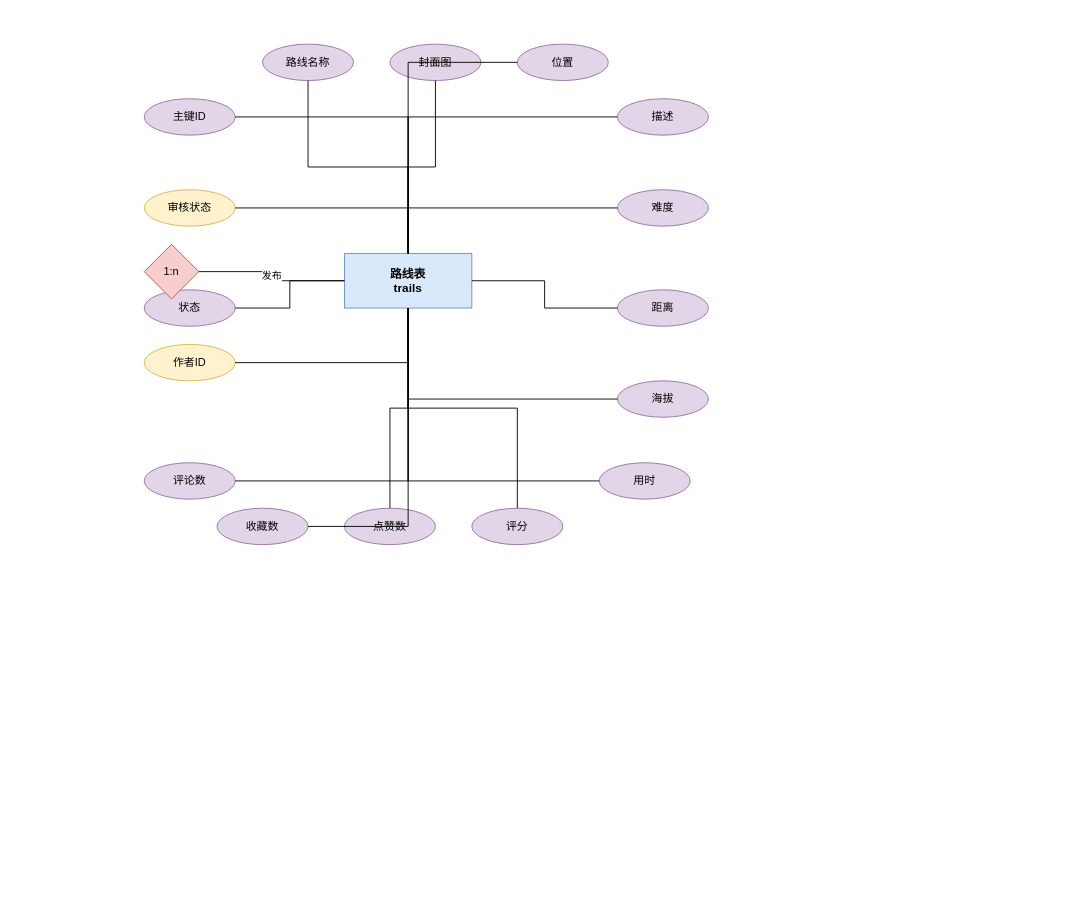
Before: DOCS/architecture-diagrams/sources/路线表.drawio in 612cs/TrailQuest, a draw.io diagram. Source tidied: cells renumbered, new cells numbered last; positions are measured from the earlier drawing's top-left corner, leaving out a move shared by most shapes. Both pictures are drawn from the tidied source at 91%, with x=0, y=0 at pixel (144, 44).
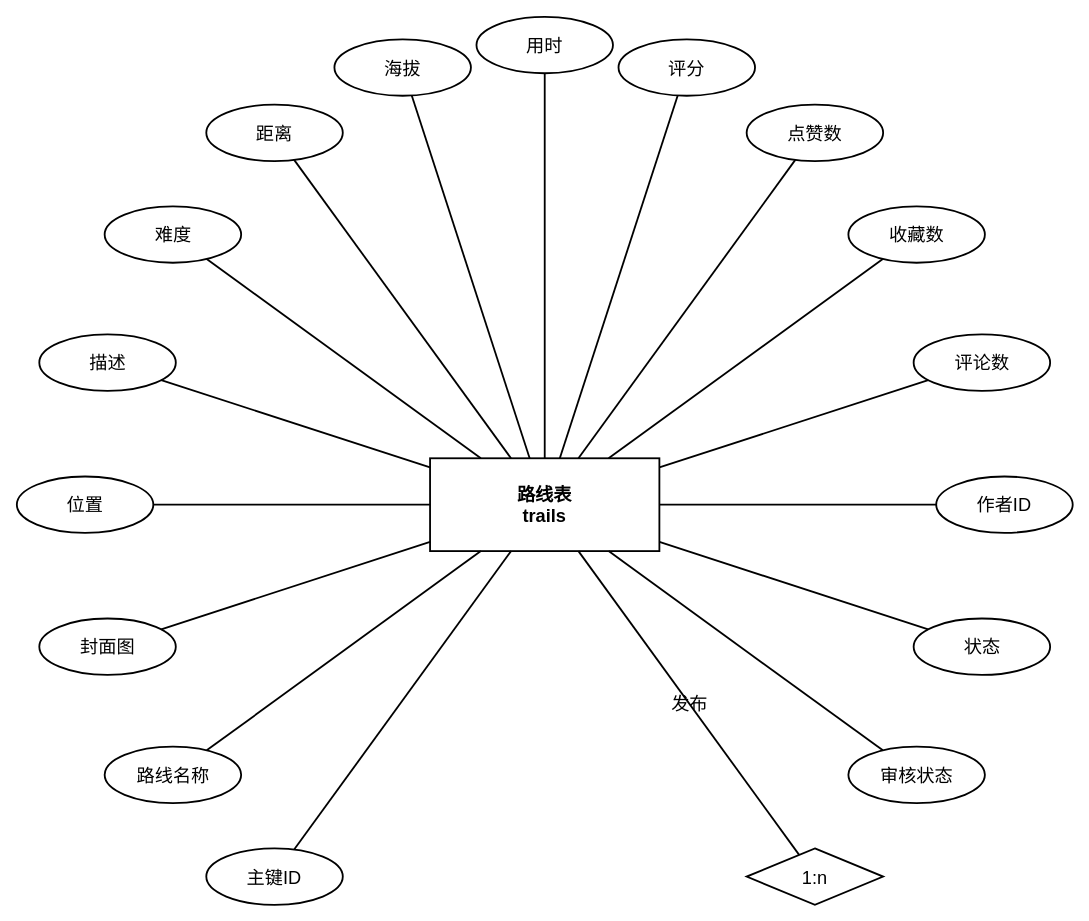
The same page after the edit.

What changed in the source:
```diff
@@
-    <mxCell id="2" value="路线表&#10;trails" style="rounded=0;whiteSpace=wrap;html=1;fillColor=#dae8fc;strokeColor=#6c8ebf;fontSize=13;fontStyle=1;" parent="1" vertex="1">
-      <mxGeometry x="220" y="230" width="140" height="60" as="geometry" />
+    <mxCell id="2" value="路线表&#10;trails" style="rounded=0;whiteSpace=wrap;html=1;fillColor=none;strokeColor=#000000;fontSize=20;fontStyle=1;gradientColor=none;fontColor=#000000;strokeWidth=2;shadow=0;glass=0;" parent="1" vertex="1">
+      <mxGeometry x="314.1" y="455.1" width="252" height="102" as="geometry" />
     </mxCell>
-    <mxCell id="3" value="主键ID" style="ellipse;whiteSpace=wrap;html=1;fillColor=#e1d5e7;strokeColor=#9673a6;" parent="1" vertex="1">
-      <mxGeometry y="60" width="100" height="40" as="geometry" />
+    <mxCell id="3" value="主键ID" style="ellipse;whiteSpace=wrap;html=1;fillColor=none;strokeColor=#000000;gradientColor=none;fontColor=#000000;fontSize=20;strokeWidth=2;shadow=0;glass=0;" parent="1" vertex="1">
+      <mxGeometry x="68.2" y="883.8" width="150" height="62" as="geometry" />
     </mxCell>
-    <mxCell id="4" style="edgeStyle=orthogonalEdgeStyle;rounded=0;jettySize=auto;html=1;endArrow=none;endFill=0;" parent="1" edge="1" source="3" target="2">
+    <mxCell id="4" style="rounded=0;html=1;endArrow=none;endFill=0;strokeColor=#000000;strokeWidth=2;" parent="1" edge="1" source="3" target="2">
       <mxGeometry relative="1" as="geometry" />
     </mxCell>
-    <mxCell id="5" value="路线名称" style="ellipse;whiteSpace=wrap;html=1;fillColor=#e1d5e7;strokeColor=#9673a6;" parent="1" vertex="1">
-      <mxGeometry x="130" width="100" height="40" as="geometry" />
+    <mxCell id="5" value="路线名称" style="ellipse;whiteSpace=wrap;html=1;fillColor=none;strokeColor=#000000;gradientColor=none;fontColor=#000000;fontSize=20;strokeWidth=2;shadow=0;glass=0;" parent="1" vertex="1">
+      <mxGeometry x="-43.5" y="772" width="150" height="62" as="geometry" />
     </mxCell>
-    <mxCell id="6" style="edgeStyle=orthogonalEdgeStyle;rounded=0;jettySize=auto;html=1;endArrow=none;endFill=0;" parent="1" edge="1" source="5" target="2">
+    <mxCell id="6" style="rounded=0;html=1;endArrow=none;endFill=0;strokeColor=#000000;strokeWidth=2;" parent="1" edge="1" source="5" target="2">
       <mxGeometry relative="1" as="geometry" />
     </mxCell>
-    <mxCell id="7" value="封面图" style="ellipse;whiteSpace=wrap;html=1;fillColor=#e1d5e7;strokeColor=#9673a6;" parent="1" vertex="1">
-      <mxGeometry x="270" width="100" height="40" as="geometry" />
+    <mxCell id="7" value="封面图" style="ellipse;whiteSpace=wrap;html=1;fillColor=none;strokeColor=#000000;gradientColor=none;fontColor=#000000;fontSize=20;strokeWidth=2;shadow=0;glass=0;" parent="1" vertex="1">
+      <mxGeometry x="-115.3" y="631.2" width="150" height="62" as="geometry" />
     </mxCell>
-    <mxCell id="8" style="edgeStyle=orthogonalEdgeStyle;rounded=0;jettySize=auto;html=1;endArrow=none;endFill=0;" parent="1" edge="1" source="7" target="2">
+    <mxCell id="8" style="rounded=0;html=1;endArrow=none;endFill=0;strokeColor=#000000;strokeWidth=2;" parent="1" edge="1" source="7" target="2">
       <mxGeometry relative="1" as="geometry" />
     </mxCell>
-    <mxCell id="9" value="位置" style="ellipse;whiteSpace=wrap;html=1;fillColor=#e1d5e7;strokeColor=#9673a6;" parent="1" vertex="1">
-      <mxGeometry x="410" width="100" height="40" as="geometry" />
+    <mxCell id="9" value="位置" style="ellipse;whiteSpace=wrap;html=1;fillColor=none;strokeColor=#000000;gradientColor=none;fontColor=#000000;fontSize=20;strokeWidth=2;shadow=0;glass=0;" parent="1" vertex="1">
+      <mxGeometry x="-140" y="475.1" width="150" height="62" as="geometry" />
     </mxCell>
-    <mxCell id="10" style="edgeStyle=orthogonalEdgeStyle;rounded=0;jettySize=auto;html=1;endArrow=none;endFill=0;" parent="1" edge="1" source="9" target="2">
+    <mxCell id="10" style="rounded=0;html=1;endArrow=none;endFill=0;strokeColor=#000000;strokeWidth=2;" parent="1" edge="1" source="9" target="2">
       <mxGeometry relative="1" as="geometry" />
     </mxCell>
-    <mxCell id="11" value="描述" style="ellipse;whiteSpace=wrap;html=1;fillColor=#e1d5e7;strokeColor=#9673a6;" parent="1" vertex="1">
-      <mxGeometry x="520" y="60" width="100" height="40" as="geometry" />
+    <mxCell id="11" value="描述" style="ellipse;whiteSpace=wrap;html=1;fillColor=none;strokeColor=#000000;gradientColor=none;fontColor=#000000;fontSize=20;strokeWidth=2;shadow=0;glass=0;" parent="1" vertex="1">
+      <mxGeometry x="-115.3" y="319" width="150" height="62" as="geometry" />
     </mxCell>
-    <mxCell id="12" style="edgeStyle=orthogonalEdgeStyle;rounded=0;jettySize=auto;html=1;endArrow=none;endFill=0;" parent="1" edge="1" source="11" target="2">
+    <mxCell id="12" style="rounded=0;html=1;endArrow=none;endFill=0;strokeColor=#000000;strokeWidth=2;" parent="1" edge="1" source="11" target="2">
       <mxGeometry relative="1" as="geometry" />
     </mxCell>
-    <mxCell id="13" value="难度" style="ellipse;whiteSpace=wrap;html=1;fillColor=#e1d5e7;strokeColor=#9673a6;" parent="1" vertex="1">
-      <mxGeometry x="520" y="160" width="100" height="40" as="geometry" />
+    <mxCell id="13" value="难度" style="ellipse;whiteSpace=wrap;html=1;fillColor=none;strokeColor=#000000;gradientColor=none;fontColor=#000000;fontSize=20;strokeWidth=2;shadow=0;glass=0;" parent="1" vertex="1">
+      <mxGeometry x="-43.5" y="178.2" width="150" height="62" as="geometry" />
     </mxCell>
-    <mxCell id="14" style="edgeStyle=orthogonalEdgeStyle;rounded=0;jettySize=auto;html=1;endArrow=none;endFill=0;" parent="1" edge="1" source="13" target="2">
+    <mxCell id="14" style="rounded=0;html=1;endArrow=none;endFill=0;strokeColor=#000000;strokeWidth=2;" parent="1" edge="1" source="13" target="2">
       <mxGeometry relative="1" as="geometry" />
     </mxCell>
-    <mxCell id="15" value="距离" style="ellipse;whiteSpace=wrap;html=1;fillColor=#e1d5e7;strokeColor=#9673a6;" parent="1" vertex="1">
-      <mxGeometry x="520" y="270" width="100" height="40" as="geometry" />
+    <mxCell id="15" value="距离" style="ellipse;whiteSpace=wrap;html=1;fillColor=none;strokeColor=#000000;gradientColor=none;fontColor=#000000;fontSize=20;strokeWidth=2;shadow=0;glass=0;" parent="1" vertex="1">
+      <mxGeometry x="68.2" y="66.5" width="150" height="62" as="geometry" />
     </mxCell>
-    <mxCell id="16" style="edgeStyle=orthogonalEdgeStyle;rounded=0;jettySize=auto;html=1;endArrow=none;endFill=0;" parent="1" edge="1" source="15" target="2">
+    <mxCell id="16" style="rounded=0;html=1;endArrow=none;endFill=0;strokeColor=#000000;strokeWidth=2;" parent="1" edge="1" source="15" target="2">
       <mxGeometry relative="1" as="geometry" />
     </mxCell>
-    <mxCell id="17" value="海拔" style="ellipse;whiteSpace=wrap;html=1;fillColor=#e1d5e7;strokeColor=#9673a6;" parent="1" vertex="1">
-      <mxGeometry x="520" y="370" width="100" height="40" as="geometry" />
+    <mxCell id="17" value="海拔" style="ellipse;whiteSpace=wrap;html=1;fillColor=none;strokeColor=#000000;gradientColor=none;fontColor=#000000;fontSize=20;strokeWidth=2;shadow=0;glass=0;" parent="1" vertex="1">
+      <mxGeometry x="209" y="-5.3" width="150" height="62" as="geometry" />
     </mxCell>
-    <mxCell id="18" style="edgeStyle=orthogonalEdgeStyle;rounded=0;jettySize=auto;html=1;endArrow=none;endFill=0;" parent="1" edge="1" source="17" target="2">
+    <mxCell id="18" style="rounded=0;html=1;endArrow=none;endFill=0;strokeColor=#000000;strokeWidth=2;" parent="1" edge="1" source="17" target="2">
       <mxGeometry relative="1" as="geometry" />
     </mxCell>
-    <mxCell id="19" value="用时" style="ellipse;whiteSpace=wrap;html=1;fillColor=#e1d5e7;strokeColor=#9673a6;" parent="1" vertex="1">
-      <mxGeometry x="500" y="460" width="100" height="40" as="geometry" />
+    <mxCell id="19" value="用时" style="ellipse;whiteSpace=wrap;html=1;fillColor=none;strokeColor=#000000;gradientColor=none;fontColor=#000000;fontSize=20;strokeWidth=2;shadow=0;glass=0;" parent="1" vertex="1">
+      <mxGeometry x="365.1" y="-30" width="150" height="62" as="geometry" />
     </mxCell>
-    <mxCell id="20" style="edgeStyle=orthogonalEdgeStyle;rounded=0;jettySize=auto;html=1;endArrow=none;endFill=0;" parent="1" edge="1" source="19" target="2">
+    <mxCell id="20" style="rounded=0;html=1;endArrow=none;endFill=0;strokeColor=#000000;strokeWidth=2;" parent="1" edge="1" source="19" target="2">
       <mxGeometry relative="1" as="geometry" />
     </mxCell>
-    <mxCell id="21" value="评分" style="ellipse;whiteSpace=wrap;html=1;fillColor=#e1d5e7;strokeColor=#9673a6;" parent="1" vertex="1">
-      <mxGeometry x="360" y="510" width="100" height="40" as="geometry" />
+    <mxCell id="21" value="评分" style="ellipse;whiteSpace=wrap;html=1;fillColor=none;strokeColor=#000000;gradientColor=none;fontColor=#000000;fontSize=20;strokeWidth=2;shadow=0;glass=0;" parent="1" vertex="1">
+      <mxGeometry x="521.2" y="-5.3" width="150" height="62" as="geometry" />
     </mxCell>
-    <mxCell id="22" style="edgeStyle=orthogonalEdgeStyle;rounded=0;jettySize=auto;html=1;endArrow=none;endFill=0;" parent="1" edge="1" source="21" target="2">
+    <mxCell id="22" style="rounded=0;html=1;endArrow=none;endFill=0;strokeColor=#000000;strokeWidth=2;" parent="1" edge="1" source="21" target="2">
       <mxGeometry relative="1" as="geometry" />
     </mxCell>
-    <mxCell id="23" value="点赞数" style="ellipse;whiteSpace=wrap;html=1;fillColor=#e1d5e7;strokeColor=#9673a6;" parent="1" vertex="1">
-      <mxGeometry x="220" y="510" width="100" height="40" as="geometry" />
+    <mxCell id="23" value="点赞数" style="ellipse;whiteSpace=wrap;html=1;fillColor=none;strokeColor=#000000;gradientColor=none;fontColor=#000000;fontSize=20;strokeWidth=2;shadow=0;glass=0;" parent="1" vertex="1">
+      <mxGeometry x="662" y="66.5" width="150" height="62" as="geometry" />
     </mxCell>
-    <mxCell id="24" style="edgeStyle=orthogonalEdgeStyle;rounded=0;jettySize=auto;html=1;endArrow=none;endFill=0;" parent="1" edge="1" source="23" target="2">
+    <mxCell id="24" style="rounded=0;html=1;endArrow=none;endFill=0;strokeColor=#000000;strokeWidth=2;" parent="1" edge="1" source="23" target="2">
       <mxGeometry relative="1" as="geometry" />
     </mxCell>
-    <mxCell id="25" value="收藏数" style="ellipse;whiteSpace=wrap;html=1;fillColor=#e1d5e7;strokeColor=#9673a6;" parent="1" vertex="1">
-      <mxGeometry x="80" y="510" width="100" height="40" as="geometry" />
+    <mxCell id="25" value="收藏数" style="ellipse;whiteSpace=wrap;html=1;fillColor=none;strokeColor=#000000;gradientColor=none;fontColor=#000000;fontSize=20;strokeWidth=2;shadow=0;glass=0;" parent="1" vertex="1">
+      <mxGeometry x="773.8" y="178.2" width="150" height="62" as="geometry" />
     </mxCell>
-    <mxCell id="26" style="edgeStyle=orthogonalEdgeStyle;rounded=0;jettySize=auto;html=1;endArrow=none;endFill=0;" parent="1" edge="1" source="25" target="2">
+    <mxCell id="26" style="rounded=0;html=1;endArrow=none;endFill=0;strokeColor=#000000;strokeWidth=2;" parent="1" edge="1" source="25" target="2">
       <mxGeometry relative="1" as="geometry" />
     </mxCell>
-    <mxCell id="27" value="评论数" style="ellipse;whiteSpace=wrap;html=1;fillColor=#e1d5e7;strokeColor=#9673a6;" parent="1" vertex="1">
-      <mxGeometry y="460" width="100" height="40" as="geometry" />
+    <mxCell id="27" value="评论数" style="ellipse;whiteSpace=wrap;html=1;fillColor=none;strokeColor=#000000;gradientColor=none;fontColor=#000000;fontSize=20;strokeWidth=2;shadow=0;glass=0;" parent="1" vertex="1">
+      <mxGeometry x="845.5" y="319" width="150" height="62" as="geometry" />
     </mxCell>
-    <mxCell id="28" style="edgeStyle=orthogonalEdgeStyle;rounded=0;jettySize=auto;html=1;endArrow=none;endFill=0;" parent="1" edge="1" source="27" target="2">
+    <mxCell id="28" style="rounded=0;html=1;endArrow=none;endFill=0;strokeColor=#000000;strokeWidth=2;" parent="1" edge="1" source="27" target="2">
       <mxGeometry relative="1" as="geometry" />
     </mxCell>
-    <mxCell id="29" value="作者ID" style="ellipse;whiteSpace=wrap;html=1;fillColor=#fff2cc;strokeColor=#d6b656;" parent="1" vertex="1">
-      <mxGeometry y="330" width="100" height="40" as="geometry" />
+    <mxCell id="29" value="作者ID" style="ellipse;whiteSpace=wrap;html=1;fillColor=none;strokeColor=#000000;gradientColor=none;fontColor=#000000;fontSize=20;strokeWidth=2;shadow=0;glass=0;" parent="1" vertex="1">
+      <mxGeometry x="870.3" y="475.1" width="150" height="62" as="geometry" />
     </mxCell>
-    <mxCell id="30" style="edgeStyle=orthogonalEdgeStyle;rounded=0;jettySize=auto;html=1;endArrow=none;endFill=0;" parent="1" edge="1" source="29" target="2">
+    <mxCell id="30" style="rounded=0;html=1;endArrow=none;endFill=0;strokeColor=#000000;strokeWidth=2;" parent="1" edge="1" source="29" target="2">
       <mxGeometry relative="1" as="geometry" />
     </mxCell>
-    <mxCell id="31" value="状态" style="ellipse;whiteSpace=wrap;html=1;fillColor=#e1d5e7;strokeColor=#9673a6;" parent="1" vertex="1">
-      <mxGeometry y="270" width="100" height="40" as="geometry" />
+    <mxCell id="31" value="状态" style="ellipse;whiteSpace=wrap;html=1;fillColor=none;strokeColor=#000000;gradientColor=none;fontColor=#000000;fontSize=20;strokeWidth=2;shadow=0;glass=0;" parent="1" vertex="1">
+      <mxGeometry x="845.5" y="631.2" width="150" height="62" as="geometry" />
     </mxCell>
-    <mxCell id="32" style="edgeStyle=orthogonalEdgeStyle;rounded=0;jettySize=auto;html=1;endArrow=none;endFill=0;" parent="1" edge="1" source="31" target="2">
+    <mxCell id="32" style="rounded=0;html=1;endArrow=none;endFill=0;strokeColor=#000000;strokeWidth=2;" parent="1" edge="1" source="31" target="2">
       <mxGeometry relative="1" as="geometry" />
     </mxCell>
-    <mxCell id="33" value="审核状态" style="ellipse;whiteSpace=wrap;html=1;fillColor=#fff2cc;strokeColor=#d6b656;" parent="1" vertex="1">
-      <mxGeometry y="160" width="100" height="40" as="geometry" />
+    <mxCell id="33" value="审核状态" style="ellipse;whiteSpace=wrap;html=1;fillColor=none;strokeColor=#000000;gradientColor=none;fontColor=#000000;fontSize=20;strokeWidth=2;shadow=0;glass=0;" parent="1" vertex="1">
+      <mxGeometry x="773.8" y="772" width="150" height="62" as="geometry" />
     </mxCell>
-    <mxCell id="34" style="edgeStyle=orthogonalEdgeStyle;rounded=0;jettySize=auto;html=1;endArrow=none;endFill=0;" parent="1" edge="1" source="33" target="2">
+    <mxCell id="34" style="rounded=0;html=1;endArrow=none;endFill=0;strokeColor=#000000;strokeWidth=2;" parent="1" edge="1" source="33" target="2">
       <mxGeometry relative="1" as="geometry" />
     </mxCell>
-    <mxCell id="35" value="1:n" style="rhombus;whiteSpace=wrap;html=1;fillColor=#f8cecc;strokeColor=#b85450;fontSize=12;" parent="1" vertex="1">
-      <mxGeometry y="220" width="60" height="60" as="geometry" />
+    <mxCell id="35" value="1:n" style="rhombus;whiteSpace=wrap;html=1;fillColor=none;strokeColor=#000000;fontSize=20;gradientColor=none;fontColor=#000000;strokeWidth=2;shadow=0;glass=0;" parent="1" vertex="1">
+      <mxGeometry x="662" y="883.8" width="150" height="62" as="geometry" />
     </mxCell>
-    <mxCell id="36" value="发布" style="edgeStyle=orthogonalEdgeStyle;rounded=0;jettySize=auto;html=1;endArrow=none;endFill=0;fontSize=11;" parent="1" edge="1" source="35" target="2">
+    <mxCell id="36" value="发布" style="rounded=0;html=1;endArrow=none;endFill=0;fontSize=20;strokeColor=#000000;strokeWidth=2;fontColor=#000000;fontFamily=Arial;labelBackgroundColor=none;fillColor=none;gradientColor=none;shadow=0;" parent="1" edge="1" source="35" target="2">
       <mxGeometry relative="1" as="geometry" />
     </mxCell>
```
